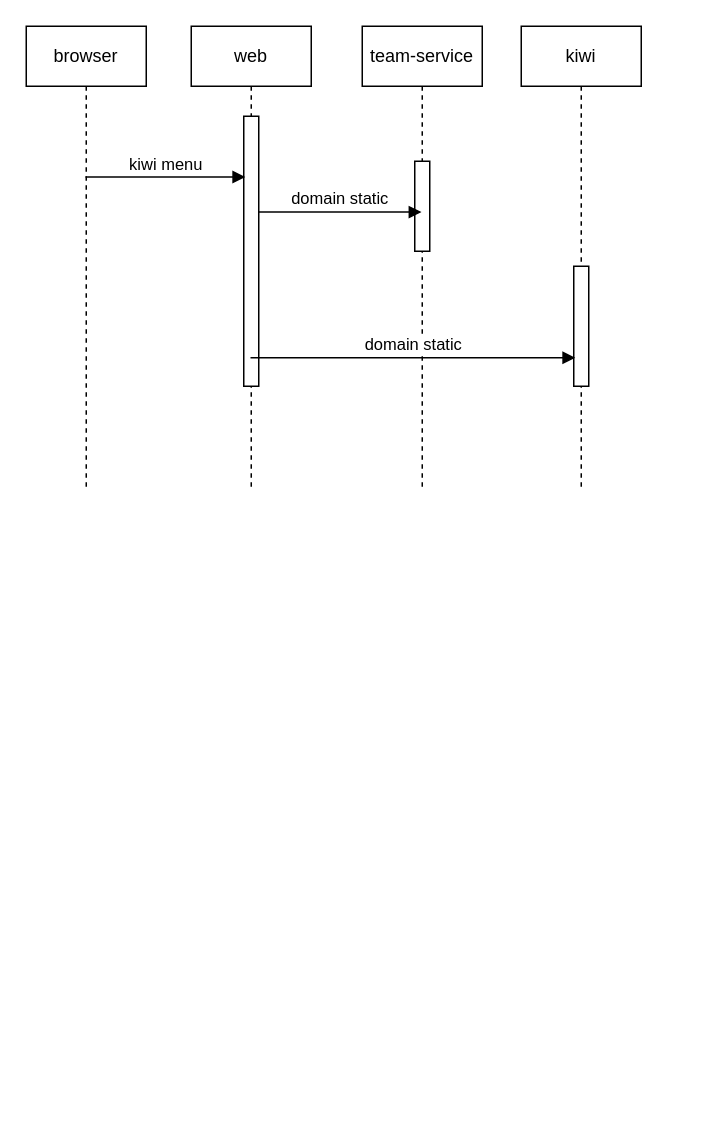
Before: team migration.drawio in fengyouliang/drawio, a draw.io diagram. Source tidied: cells renumbered, new cells numbered last; positions are measured from the earlier drawing's top-left corner, leaving out a move shared by most shapes. Both pictures are drawn from the tidied source at 150%, with x=0, y=0 at pixel (26, 26).
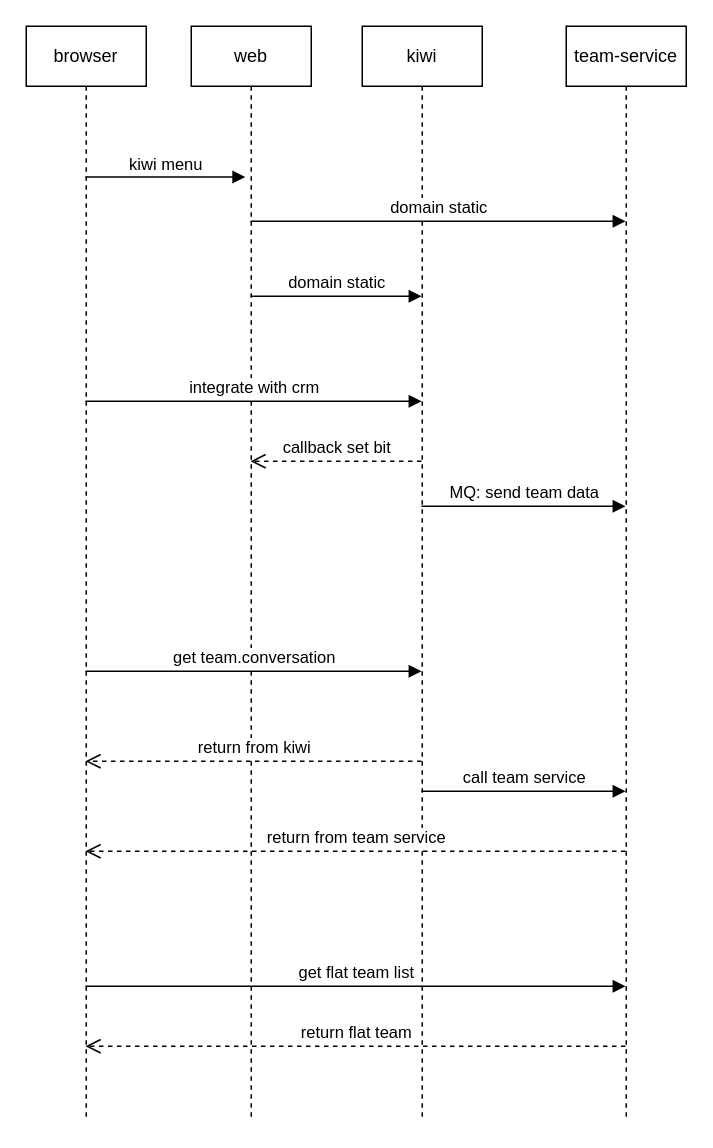
After the change.

Diff of the diagram source:
```diff
@@
     <mxCell id="2" value="browser" style="shape=umlLifeline;perimeter=lifelinePerimeter;whiteSpace=wrap;html=1;outlineConnect=0;" parent="1" vertex="1">
-      <mxGeometry width="80" height="310" as="geometry" />
+      <mxGeometry width="80" height="730" as="geometry" />
     </mxCell>
     <mxCell id="3" value="web" style="shape=umlLifeline;perimeter=lifelinePerimeter;whiteSpace=wrap;html=1;outlineConnect=0;" parent="1" vertex="1">
-      <mxGeometry x="110" width="80" height="310" as="geometry" />
+      <mxGeometry x="110" width="80" height="730" as="geometry" />
     </mxCell>
-    <mxCell id="4" style="html=1;points=[];perimeter=orthogonalPerimeter;" parent="3" vertex="1">
-      <mxGeometry x="35" y="60" width="10" height="180" as="geometry" />
-    </mxCell>
     <mxCell id="5" value="team-service" style="shape=umlLifeline;perimeter=lifelinePerimeter;whiteSpace=wrap;html=1;outlineConnect=0;" parent="1" vertex="1">
-      <mxGeometry x="224" width="80" height="310" as="geometry" />
+      <mxGeometry x="360" width="80" height="730" as="geometry" />
     </mxCell>
-    <mxCell id="6" style="html=1;perimeter=orthogonalPerimeter;" parent="5" vertex="1">
-      <mxGeometry x="35" y="90" width="10" height="60" as="geometry" />
-    </mxCell>
-    <mxCell id="7" value="kiwi menu" style="html=1;verticalAlign=bottom;endArrow=block;rounded=0;entryX=0.1;entryY=0.225;entryDx=0;entryDy=0;entryPerimeter=0;" parent="1" edge="1" source="2" target="4">
-      <mxGeometry relative="1" as="geometry" />
+    <mxCell id="7" value="kiwi menu" style="html=1;verticalAlign=bottom;endArrow=block;rounded=0;entryX=0.1;entryY=0.225;entryDx=0;entryDy=0;entryPerimeter=0;" parent="1" edge="1" source="2">
+      <mxGeometry relative="1" as="geometry">
+        <mxPoint x="146" y="100.5" as="targetPoint" />
+      </mxGeometry>
     </mxCell>
     <mxCell id="8" value="kiwi" style="shape=umlLifeline;perimeter=lifelinePerimeter;whiteSpace=wrap;html=1;outlineConnect=0;" parent="1" vertex="1">
-      <mxGeometry x="330" width="80" height="310" as="geometry" />
+      <mxGeometry x="224" width="80" height="730" as="geometry" />
     </mxCell>
-    <mxCell id="9" style="html=1;points=[];perimeter=orthogonalPerimeter;" parent="8" vertex="1">
-      <mxGeometry x="35" y="160" width="10" height="80" as="geometry" />
-    </mxCell>
-    <mxCell id="10" value="domain static" style="html=1;verticalAlign=bottom;endArrow=block;rounded=0;exitX=1;exitY=0.355;exitDx=0;exitDy=0;exitPerimeter=0;" parent="1" edge="1" source="4" target="5">
-      <mxGeometry relative="1" as="geometry" />
+    <mxCell id="10" value="domain static" style="html=1;verticalAlign=bottom;endArrow=block;rounded=0;" parent="1" edge="1" source="3" target="5">
+      <mxGeometry relative="1" as="geometry">
+        <Array as="points">
+          <mxPoint x="300" y="130" />
+        </Array>
+      </mxGeometry>
     </mxCell>
-    <mxCell id="11" value="domain static" style="html=1;verticalAlign=bottom;endArrow=block;rounded=0;entryX=0.1;entryY=0.763;entryDx=0;entryDy=0;entryPerimeter=0;" parent="1" edge="1" source="3" target="9">
-      <mxGeometry relative="1" as="geometry" />
+    <mxCell id="11" value="domain static" style="html=1;verticalAlign=bottom;endArrow=block;rounded=0;" parent="1" edge="1" source="3" target="8">
+      <mxGeometry relative="1" as="geometry">
+        <Array as="points">
+          <mxPoint x="220" y="180" />
+        </Array>
+      </mxGeometry>
     </mxCell>
+    <mxCell id="12" value="integrate with crm" style="html=1;verticalAlign=bottom;endArrow=block;rounded=0;" parent="1" edge="1" source="2" target="8">
+      <mxGeometry relative="1" as="geometry">
+        <Array as="points">
+          <mxPoint x="90" y="250" />
+        </Array>
+      </mxGeometry>
+    </mxCell>
+    <mxCell id="13" value="callback set bit" style="html=1;verticalAlign=bottom;endArrow=open;dashed=1;endSize=8;rounded=0;" parent="1" edge="1" source="8" target="3">
+      <mxGeometry relative="1" as="geometry">
+        <Array as="points">
+          <mxPoint x="230" y="290" />
+        </Array>
+      </mxGeometry>
+    </mxCell>
+    <mxCell id="14" value="MQ: send team data" style="html=1;verticalAlign=bottom;endArrow=block;rounded=0;" parent="1" edge="1" source="8" target="5">
+      <mxGeometry relative="1" as="geometry">
+        <Array as="points">
+          <mxPoint x="340" y="320" />
+        </Array>
+      </mxGeometry>
+    </mxCell>
+    <mxCell id="15" value="get team.conversation" style="html=1;verticalAlign=bottom;endArrow=block;rounded=0;" parent="1" edge="1" source="2" target="8">
+      <mxGeometry relative="1" as="geometry">
+        <Array as="points">
+          <mxPoint x="90" y="430" />
+        </Array>
+      </mxGeometry>
+    </mxCell>
+    <mxCell id="16" value="return from kiwi" style="html=1;verticalAlign=bottom;endArrow=open;dashed=1;endSize=8;rounded=0;" parent="1" edge="1" source="8" target="2">
+      <mxGeometry relative="1" as="geometry">
+        <Array as="points">
+          <mxPoint x="190" y="490" />
+        </Array>
+      </mxGeometry>
+    </mxCell>
+    <mxCell id="17" value="call team service" style="html=1;verticalAlign=bottom;endArrow=block;rounded=0;" parent="1" edge="1" source="8" target="5">
+      <mxGeometry relative="1" as="geometry">
+        <Array as="points">
+          <mxPoint x="350" y="510" />
+        </Array>
+      </mxGeometry>
+    </mxCell>
+    <mxCell id="18" value="return from team service" style="html=1;verticalAlign=bottom;endArrow=open;dashed=1;endSize=8;rounded=0;" parent="1" edge="1" source="5" target="2">
+      <mxGeometry relative="1" as="geometry">
+        <Array as="points">
+          <mxPoint x="220" y="550" />
+        </Array>
+      </mxGeometry>
+    </mxCell>
+    <mxCell id="19" value="get flat team list" style="html=1;verticalAlign=bottom;endArrow=block;rounded=0;" parent="1" edge="1" source="2" target="5">
+      <mxGeometry relative="1" as="geometry">
+        <Array as="points">
+          <mxPoint x="88.5" y="640" />
+        </Array>
+      </mxGeometry>
+    </mxCell>
+    <mxCell id="20" value="return flat team" style="html=1;verticalAlign=bottom;endArrow=open;dashed=1;endSize=8;rounded=0;" parent="1" edge="1" source="5" target="2">
+      <mxGeometry relative="1" as="geometry">
+        <Array as="points">
+          <mxPoint x="230" y="680" />
+        </Array>
+      </mxGeometry>
+    </mxCell>
```
